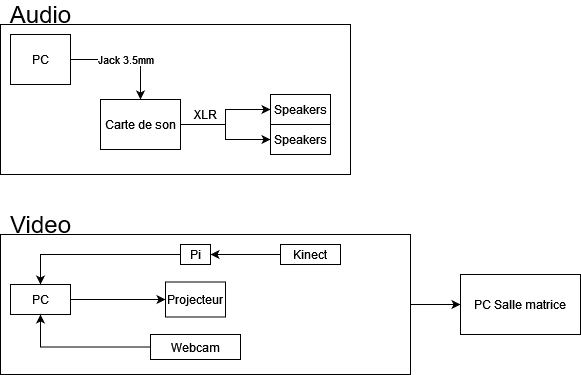
Before: docs/preproduction/medias/Schema_branchement.png, a diagram exported from draw.io (Blobduckies/Chronaufrage). Source tidied: cells renumbered, new cells last; positions are measured from the earlier drawing's top-left corner, leaving out a move shared by most shapes.
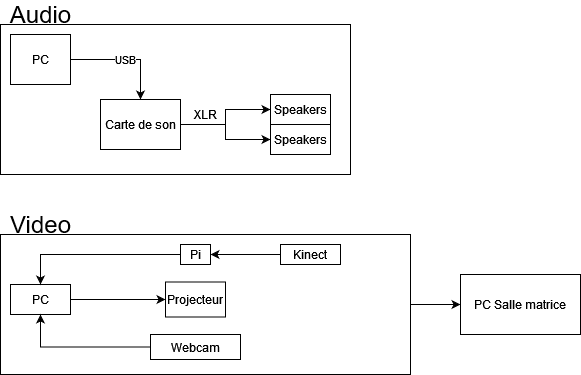
The same file after the commit.

Diff of the diagram source:
```diff
@@ -5,7 +5,7 @@
     <mxCell id="2" style="rounded=0;whiteSpace=wrap;html=1;" parent="1" vertex="1">
       <mxGeometry y="20" width="350" height="150" as="geometry" />
     </mxCell>
-    <mxCell id="3" value="Jack 3.5mm" style="edgeStyle=orthogonalEdgeStyle;rounded=0;jettySize=auto;html=1;exitX=1;exitY=0.5;exitDx=0;exitDy=0;" parent="1" edge="1" source="4" target="7">
+    <mxCell id="3" value="USB" style="edgeStyle=orthogonalEdgeStyle;rounded=0;jettySize=auto;html=1;exitX=1;exitY=0.5;exitDx=0;exitDy=0;" parent="1" edge="1" source="4" target="7">
       <mxGeometry relative="1" as="geometry" />
     </mxCell>
     <mxCell id="4" value="PC" style="rounded=0;whiteSpace=wrap;html=1;" parent="1" vertex="1">
```
